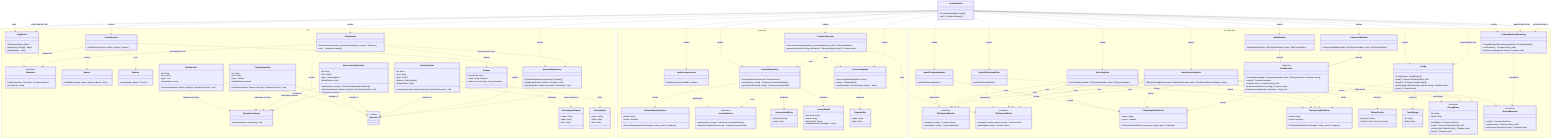
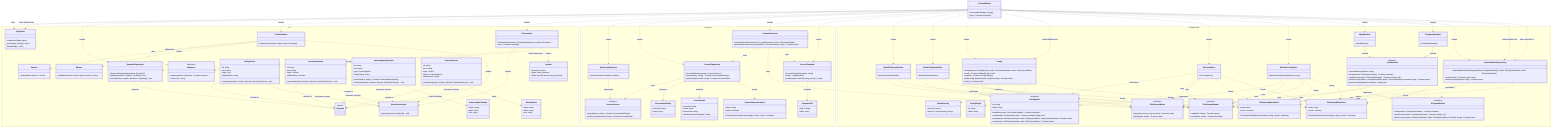
classDiagram
  direction TB

  class LicenseWizard {
    +LicenseWizard(args: string[])
    +run() Promise~Answer[]~
  }

  namespace CLI {
    class FlagParser {
      +FlagParser(flags: object)
      +parse(args: string[]) object
      +formatHelp() string
    }

    class Orchestrator {
      +Orchestrator(repository: QuestionRepository, renderer: IRenderer)
      +run() Promise~Answer[]~
    }

    class IRenderer {
      <<interface>>
      +render(question: Question) Promise~Answer~
      +onCancel() string
    }

    class ClackRenderer {
      +ClackRenderer(meta: object, spinner: Spinner)
    }

    class Banner {
      +buildBanner(meta: object, options: object) string
    }

    class Spinner {
      +start(handle: object) Function
    }

    class QuestionRepository {
      +QuestionRepository(questions: Question[])
      +getByIndex(index: number) Question | null
      +insertAt(index: number, questions: Question[]) void
    }

    class QuestionLifecycle {
      +inject(questions: Question[]) void
    }

    class Question {
      <<union>>
    }

    class TextQuestion {
      +id: string
      +text: string
      +type: "text"
      +defaultValue: string
      +onAnswer(answer: Answer, lifecycle: QuestionLifecycle) void
    }

    class ConfirmQuestion {
      +id: string
      +text: string
      +type: "confirm"
      +defaultValue: boolean
      +onAnswer(answer: Answer, lifecycle: QuestionLifecycle) void
    }

    class AutocompleteQuestion {
      +id: string
      +text: string
      +type: "autocomplete"
      +defaultValue: string
      +search(query: string) Promise~AutocompleteOption[]~
      +onAnswer(answer: Answer, lifecycle: QuestionLifecycle) void
    }

    class AutocompleteOption {
      +value: string
      +label: string
      +hint: string
    }

    class SelectQuestion {
      +id: string
      +text: string
      +type: "select"
      +options: SelectOption[]
      +defaultValue: string
      +onAnswer(answer: Answer, lifecycle: QuestionLifecycle) void
    }

    class SelectOption {
      +value: string
      +label: string
      +hint: string
    }

    class Answer {
      +questionId: string
      +value: string | boolean
      +fields: Record~string, string | boolean~
    }
  }

  namespace Licensing {
    class LicenseRepository {
      +LicenseRepository(source: ILicenseSource)
      +search(query: string) Promise~LicenseIndexEntry[]~
      +getLicense(licenseId: string) Promise~LicenseDetail~
    }

    class LicenseRepositoryError {
      +name: string
      +cause: unknown
      +LicenseRepositoryError(message: string, cause?: unknown)
    }

    class ILicenseSource {
      <<interface>>
      +search(query: string) Promise~LicenseIndexEntry[]~
      +fetchLicense(licenseId: string) Promise~LicenseDetail~
    }

    class SpdxLicenseSource {
      +SpdxLicenseSource(ttlMs: number)
    }

    class LicenseIndexEntry {
      +licenseId: string
      +name: string
    }

    class LicenseDetail {
      +licenseId: string
      +name: string
      +licenseText: string
      +standardLicenseTemplate?: string
    }

    class LicenseTemplate {
      +LicenseTemplate(template: string)
      +slots() TemplateSlot[]
      +render(values: Record~string, string~) string
    }

    class TemplateSlot {
      +token: string
      +label: string
    }

    class LicenseGenerator {
      +LicenseGenerator(repository: LicenseRepository, writer: IFileSystemWriter)
      +generate(licenseId: string, slotValues?: Record~string, string~) Promise~void~
    }
  }

  namespace Configuration {
    class IFileSystemReader {
      <<interface>>
      +read(path: string) Promise~string~
      +exists(path: string) Promise~boolean~
    }

    class IFileSystemWriter {
      <<interface>>
      +write(path: string, content: string) Promise~void~
      +delete(path: string) Promise~void~
    }

    class NodeFileSystemReader {
      +NodeFileSystemReader()
    }

    class NodeFileSystemWriter {
      +NodeFileSystemWriter()
    }

    class FileSystemReaderError {
      +name: string
      +cause: unknown
      +FileSystemReaderError(message: string, cause?: unknown)
    }

    class FileSystemWriterError {
      +name: string
      +cause: unknown
      +FileSystemWriterError(message: string, cause?: unknown)
    }

    class WizardConfig {
      +licenseId: string
      +tokens?: Record~string, string~
    }

    class ConfigTarget {
      +id: string
      +label: string
    }

    class IConfigStore {
      <<interface>>
      +id: string
      +label: string
-       +available() Promise~boolean~
-       +read() Promise~WizardConfig | null~
-       +write(config: WizardConfig) Promise~void~
-       +clear() Promise~void~
+       +available(reader: IFileSystemReader) Promise~boolean~
+       +read(reader: IFileSystemReader) Promise~WizardConfig | null~
+       +write(reader: IFileSystemReader, writer: IFileSystemWriter, config: WizardConfig) Promise~void~
+       +clear(reader: IFileSystemReader, writer: IFileSystemWriter) Promise~void~
    }

    class RcConfigStore {
-       +RcConfigStore(reader: IFileSystemReader, writer: IFileSystemWriter)
+       +RcConfigStore()
    }

    class ManifestConfigStore {
-       +ManifestConfigStore(reader: IFileSystemReader, writer: IFileSystemWriter, fileName: string)
+       +ManifestConfigStore(fileName: string)
    }

    class Config {
-       +Config(stores: IConfigStore[])
+       +Config(stores: IConfigStore[], reader: IFileSystemReader, writer: IFileSystemWriter)
      +read() Promise~WizardConfig | null~
      +targets() Promise~ConfigTarget[]~
      +write(config: WizardConfig, targetId: string) Promise~void~
      +clear() Promise~void~
    }

    class IProjectManifest {
      <<interface>>
-       +exists() Promise~boolean~
-       +readLicense() Promise~string | null~
-       +writeLicense(licenseId: string) Promise~void~
+       +exists(reader: IFileSystemReader) Promise~boolean~
+       +readLicense(reader: IFileSystemReader) Promise~string | null~
+       +writeLicense(reader: IFileSystemReader, writer: IFileSystemWriter, licenseId: string) Promise~void~
    }

    class JsonManifest {
      <<abstract>>
-       +JsonManifest(reader: IFileSystemReader, writer: IFileSystemWriter, fileName: string)
-       +exists() Promise~boolean~
-       +readLicense() Promise~string | null~
-       +writeLicense(licenseId: string) Promise~void~
+       +JsonManifest(fileName: string)
+       +exists(reader: IFileSystemReader) Promise~boolean~
+       +readLicense(reader: IFileSystemReader) Promise~string | null~
+       +writeLicense(reader: IFileSystemReader, writer: IFileSystemWriter, licenseId: string) Promise~void~
      #extractLicenseId(value: unknown)* string | null
    }

    class NpmManifest {
-       +NpmManifest(reader: IFileSystemReader, writer: IFileSystemWriter)
+       +NpmManifest()
    }

    class ComposerManifest {
-       +ComposerManifest(reader: IFileSystemReader, writer: IFileSystemWriter)
+       +ComposerManifest()
    }

    class ProjectManifestRepository {
-       +ProjectManifestRepository(manifests: IProjectManifest[])
+       +ProjectManifestRepository(manifests: IProjectManifest[], reader: IFileSystemReader, writer: IFileSystemWriter)
      +readLicense() Promise~string | null~
      +writeLicense(licenseId: string) Promise~void~
    }
  }

  TextQuestion ..|> Question : member of
  ConfirmQuestion ..|> Question : member of
  AutocompleteQuestion ..|> Question : member of
  SelectQuestion ..|> Question : member of
  TextQuestion ..> QuestionLifecycle : onAnswer receives
  ConfirmQuestion ..> QuestionLifecycle : onAnswer receives
  AutocompleteQuestion ..> QuestionLifecycle : onAnswer receives
  SelectQuestion ..> QuestionLifecycle : onAnswer receives
  SelectQuestion ..> SelectOption : offers
  Orchestrator ..> QuestionLifecycle : creates
  ClackRenderer ..|> IRenderer : implements
  ClackRenderer ..> Spinner : uses
  ClackRenderer ..> Banner : renders
  LicenseWizard ..> FlagParser : uses
  LicenseWizard ..> FlagParser : reads defaults from
  LicenseWizard ..> QuestionRepository : creates
  LicenseWizard ..> ClackRenderer : creates
  LicenseWizard ..> Orchestrator : creates
  LicenseWizard ..> SpdxLicenseSource : creates
  LicenseWizard ..> LicenseRepository : creates
  LicenseWizard ..> LicenseGenerator : creates
  Orchestrator ..> QuestionRepository : gets questions from
  Orchestrator ..> IRenderer : feeds questions to
  ClackRenderer ..> Question : renders
  QuestionRepository ..> Question : produces
  AutocompleteQuestion ..> AutocompleteOption : search produces
  Orchestrator ..> Answer : collects
  SpdxLicenseSource ..|> ILicenseSource : implements
  LicenseRepository ..> ILicenseSource : uses
  LicenseRepository ..> LicenseIndexEntry : produces
  LicenseRepository ..> LicenseDetail : produces
  LicenseRepository ..> LicenseRepositoryError : throws
  LicenseGenerator ..> LicenseRepository : uses
  LicenseGenerator ..> IFileSystemWriter : uses
  LicenseGenerator ..> LicenseTemplate : uses
  LicenseTemplate ..> TemplateSlot : produces
  LicenseWizard ..> LicenseTemplate : creates
  NodeFileSystemReader ..|> IFileSystemReader : implements
  NodeFileSystemWriter ..|> IFileSystemWriter : implements
  NodeFileSystemReader ..> FileSystemReaderError : throws
  NodeFileSystemWriter ..> FileSystemWriterError : throws
  Config ..> IConfigStore : coordinates
+   Config ..> IFileSystemReader : uses
+   Config ..> IFileSystemWriter : uses
  Config ..> WizardConfig : produces
  Config ..> ConfigTarget : produces
  Config ..> FileSystemWriterError : throws
  RcConfigStore ..|> IConfigStore : implements
  ManifestConfigStore ..|> IConfigStore : implements
  RcConfigStore ..> IFileSystemReader : uses
  RcConfigStore ..> IFileSystemWriter : uses
  RcConfigStore ..> FileSystemReaderError : throws
  RcConfigStore ..> FileSystemWriterError : throws
  ManifestConfigStore ..> IFileSystemReader : uses
  ManifestConfigStore ..> IFileSystemWriter : uses
  ManifestConfigStore ..> FileSystemReaderError : throws
  ManifestConfigStore ..> FileSystemWriterError : throws
  JsonManifest ..|> IProjectManifest : implements
  NpmManifest --|> JsonManifest : extends
  ComposerManifest --|> JsonManifest : extends
  JsonManifest ..> IFileSystemReader : uses
  JsonManifest ..> IFileSystemWriter : uses
  JsonManifest ..> FileSystemReaderError : throws
  JsonManifest ..> FileSystemWriterError : throws
  ProjectManifestRepository ..> IProjectManifest : coordinates
+   ProjectManifestRepository ..> IFileSystemReader : uses
+   ProjectManifestRepository ..> IFileSystemWriter : uses
  LicenseWizard ..> NodeFileSystemReader : creates
  LicenseWizard ..> NodeFileSystemWriter : creates
  LicenseWizard ..> Config : creates
  LicenseWizard ..> Config : reads defaults from
  LicenseWizard ..> RcConfigStore : creates
  LicenseWizard ..> ManifestConfigStore : creates
  LicenseWizard ..> NpmManifest : creates
  LicenseWizard ..> ComposerManifest : creates
  LicenseWizard ..> ProjectManifestRepository : creates
  LicenseWizard ..> ProjectManifestRepository : reads defaults from
  LicenseWizard ..> ProjectManifestRepository : writes selection to
